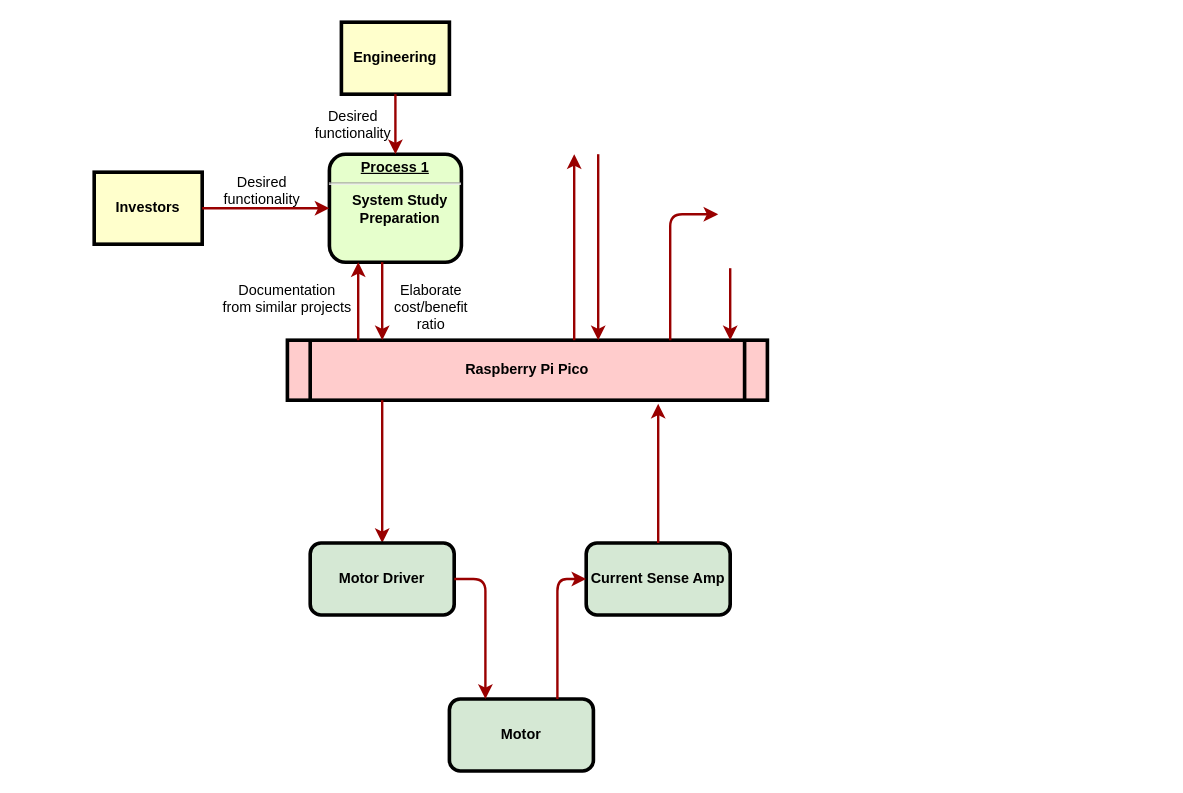
Above: system-chart.drawio.xml in kodama-gentaro/cansat_team_a (draw.io), before the change. Source tidied: cells renumbered, new cells numbered last; positions are measured from the earlier drawing's top-left corner, leaving out a move shared by most shapes. Both pictures are drawn from the tidied source at 120%, with x=0, y=0 at pixel (94, 22).
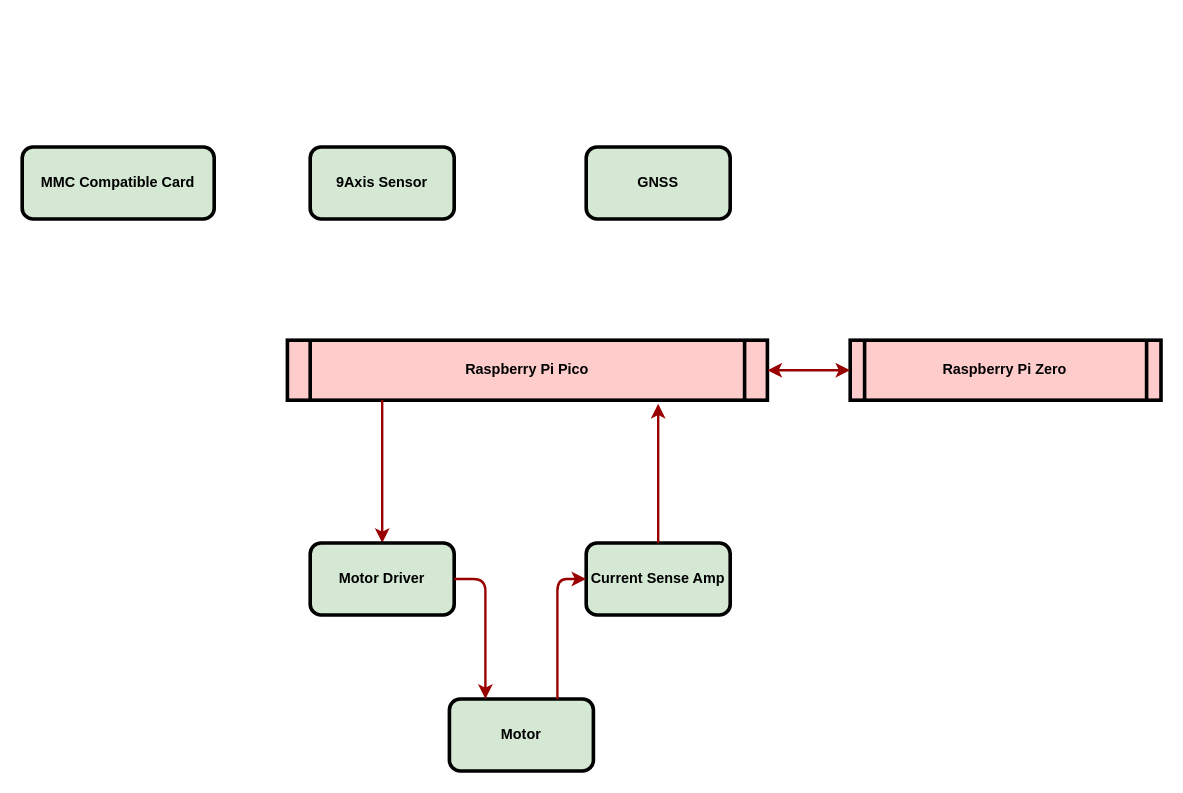
The same page after the edit.

Commit message (it also covers changes not shown here):
system-chart.drawio.xml を更新します

Unchanged cells that the change refers to:
```xml
<mxCell id="5" value="Raspberry Pi Pico" style="shape=process;whiteSpace=wrap;align=center;verticalAlign=middle;size=0.0475;fontStyle=1;strokeWidth=3;fillColor=#FFCCCC;" parent="1" vertex="1">
  <mxGeometry x="161" y="265" width="400" height="50" as="geometry" />
</mxCell>
```

Diff of the diagram source:
```diff
@@
-    <mxCell id="2" value="&lt;p style=&quot;margin: 0px; margin-top: 4px; text-align: center; text-decoration: underline;&quot;&gt;&lt;strong&gt;Process 1&lt;br /&gt;&lt;/strong&gt;&lt;/p&gt;&lt;hr /&gt;&lt;p style=&quot;margin: 0px; margin-left: 8px;&quot;&gt;System Study&lt;/p&gt;&lt;p style=&quot;margin: 0px; margin-left: 8px;&quot;&gt;Preparation&lt;/p&gt;" style="verticalAlign=middle;align=center;overflow=fill;fontSize=12;fontFamily=Helvetica;html=1;rounded=1;fontStyle=1;strokeWidth=3;fillColor=#E6FFCC;" parent="1" vertex="1">
-      <mxGeometry x="196" y="110" width="110" height="90" as="geometry" />
-    </mxCell>
-    <mxCell id="3" value="Engineering" style="whiteSpace=wrap;align=center;verticalAlign=middle;fontStyle=1;strokeWidth=3;fillColor=#FFFFCC;" parent="1" vertex="1">
-      <mxGeometry x="206" width="90" height="60" as="geometry" />
-    </mxCell>
-    <mxCell id="4" value="Investors" style="whiteSpace=wrap;align=center;verticalAlign=middle;fontStyle=1;strokeWidth=3;fillColor=#FFFFCC;" parent="1" vertex="1">
-      <mxGeometry y="125" width="90" height="60" as="geometry" />
-    </mxCell>
@@
-    <mxCell id="6" style="edgeStyle=none;noEdgeStyle=1;strokeColor=#990000;strokeWidth=2;" parent="1" edge="1" source="3" target="2">
-      <mxGeometry relative="1" as="geometry" />
-    </mxCell>
-    <mxCell id="7" style="edgeStyle=none;noEdgeStyle=1;strokeColor=#990000;strokeWidth=2;" parent="1" edge="1" source="4" target="2">
-      <mxGeometry relative="1" as="geometry" />
-    </mxCell>
-    <mxCell id="8" value="Desired &#10;functionality" style="text;spacingTop=-5;align=center;" parent="1" vertex="1">
-      <mxGeometry x="125" y="125" width="30" height="20" as="geometry" />
-    </mxCell>
-    <mxCell id="9" value="Desired &#10;functionality" style="text;spacingTop=-5;align=center;" parent="1" vertex="1">
-      <mxGeometry x="201" y="70" width="30" height="20" as="geometry" />
-    </mxCell>
-    <mxCell id="10" value="Documentation&#10;from similar projects" style="text;spacingTop=-5;align=center;" parent="1" vertex="1">
-      <mxGeometry x="146" y="215" width="30" height="20" as="geometry" />
-    </mxCell>
-    <mxCell id="11" style="edgeStyle=elbowEdgeStyle;elbow=horizontal;strokeColor=#990000;strokeWidth=2;" parent="1" edge="1" source="5" target="2">
-      <mxGeometry relative="1" as="geometry">
-        <Array as="points">
-          <mxPoint x="220" y="244" />
-        </Array>
-      </mxGeometry>
-    </mxCell>
-    <mxCell id="12" style="edgeStyle=elbowEdgeStyle;elbow=horizontal;strokeColor=#990000;strokeWidth=2;" parent="1" edge="1" source="2" target="5">
-      <mxGeometry relative="1" as="geometry">
-        <Array as="points">
-          <mxPoint x="240" y="234" />
-        </Array>
-      </mxGeometry>
-    </mxCell>
-    <mxCell id="13" value="Elaborate&#10;cost/benefit&#10;ratio" style="text;spacingTop=-5;align=center;" parent="1" vertex="1">
-      <mxGeometry x="266" y="215" width="30" height="20" as="geometry" />
-    </mxCell>
-    <mxCell id="14" style="edgeStyle=elbowEdgeStyle;elbow=horizontal;strokeColor=#990000;strokeWidth=2;" parent="1" edge="1" source="5">
-      <mxGeometry relative="1" as="geometry">
-        <mxPoint x="400" y="110" as="targetPoint" />
-        <Array as="points">
-          <mxPoint x="400" y="184" />
-        </Array>
-      </mxGeometry>
-    </mxCell>
-    <mxCell id="15" style="edgeStyle=elbowEdgeStyle;elbow=horizontal;strokeColor=#990000;strokeWidth=2;" parent="1" edge="1" target="5">
-      <mxGeometry relative="1" as="geometry">
-        <mxPoint x="420" y="110" as="sourcePoint" />
-        <Array as="points">
-          <mxPoint x="420" y="194" />
-        </Array>
-      </mxGeometry>
-    </mxCell>
-    <mxCell id="16" style="edgeStyle=elbowEdgeStyle;elbow=horizontal;strokeColor=#990000;strokeWidth=2;" parent="1" edge="1" target="5">
-      <mxGeometry relative="1" as="geometry">
-        <mxPoint x="530" y="205" as="sourcePoint" />
-        <Array as="points">
-          <mxPoint x="530" y="234" />
-        </Array>
-      </mxGeometry>
-    </mxCell>
-    <mxCell id="17" style="edgeStyle=segmentEdgeStyle;strokeColor=#990000;strokeWidth=2;" parent="1" edge="1" source="5">
-      <mxGeometry relative="1" as="geometry">
-        <mxPoint x="520" y="160.1" as="targetPoint" />
-        <Array as="points">
-          <mxPoint x="480" y="160" />
-        </Array>
-      </mxGeometry>
-    </mxCell>
@@
+    <mxCell id="25" value="Raspberry Pi Zero" style="shape=process;whiteSpace=wrap;align=center;verticalAlign=middle;size=0.0475;fontStyle=1;strokeWidth=3;fillColor=#FFCCCC;" parent="1" vertex="1">
+      <mxGeometry x="630" y="265" width="259" height="50" as="geometry" />
+    </mxCell>
+    <mxCell id="26" style="endArrow=classic;startArrow=classic;html=1;rounded=0;entryX=0;entryY=0.5;entryDx=0;entryDy=0;exitX=1;exitY=0.5;exitDx=0;exitDy=0;strokeColor=#990000;strokeWidth=2;" parent="1" edge="1" source="5" target="25">
+      <mxGeometry relative="1" as="geometry" />
+    </mxCell>
+    <mxCell id="27" value="&lt;b&gt;9Axis Sensor&lt;br&gt;&lt;/b&gt;" style="rounded=1;whiteSpace=wrap;html=1;strokeWidth=3;fillColor=#d5e8d4;strokeColor=#000000;" parent="1" vertex="1">
+      <mxGeometry x="180" y="104" width="120" height="60" as="geometry" />
+    </mxCell>
+    <mxCell id="28" value="&lt;b&gt;GNSS&lt;/b&gt;" style="rounded=1;whiteSpace=wrap;html=1;strokeWidth=3;fillColor=#d5e8d4;strokeColor=#000000;" parent="1" vertex="1">
+      <mxGeometry x="410" y="104" width="120" height="60" as="geometry" />
+    </mxCell>
+    <mxCell id="29" value="&lt;b&gt;MMC Compatible Card&lt;br&gt;&lt;/b&gt;" style="rounded=1;whiteSpace=wrap;html=1;strokeWidth=3;fillColor=#d5e8d4;strokeColor=#000000;" parent="1" vertex="1">
+      <mxGeometry x="-60" y="104" width="160" height="60" as="geometry" />
+    </mxCell>
```
